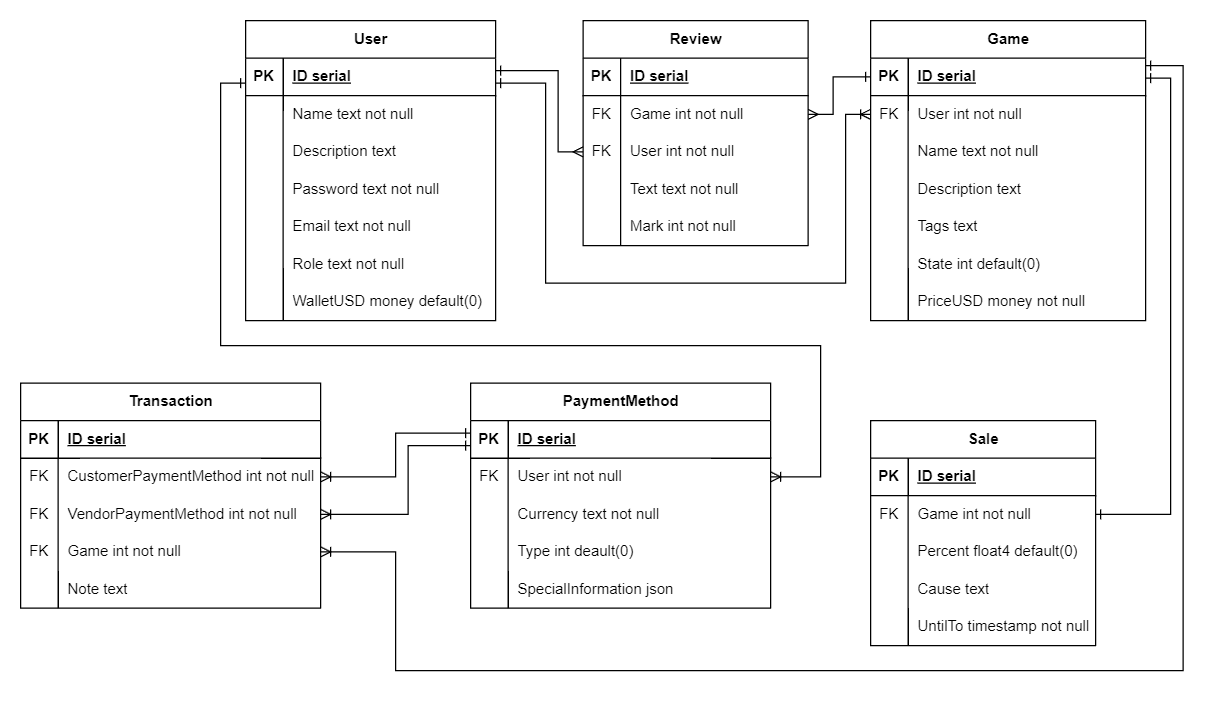
Above: BD_UML.drawio.png in DioMain/Node.js-Cursovoi (draw.io), before the change. Source tidied: cells renumbered, new cells last; positions are measured from the earlier drawing's top-left corner, leaving out a move shared by most shapes.
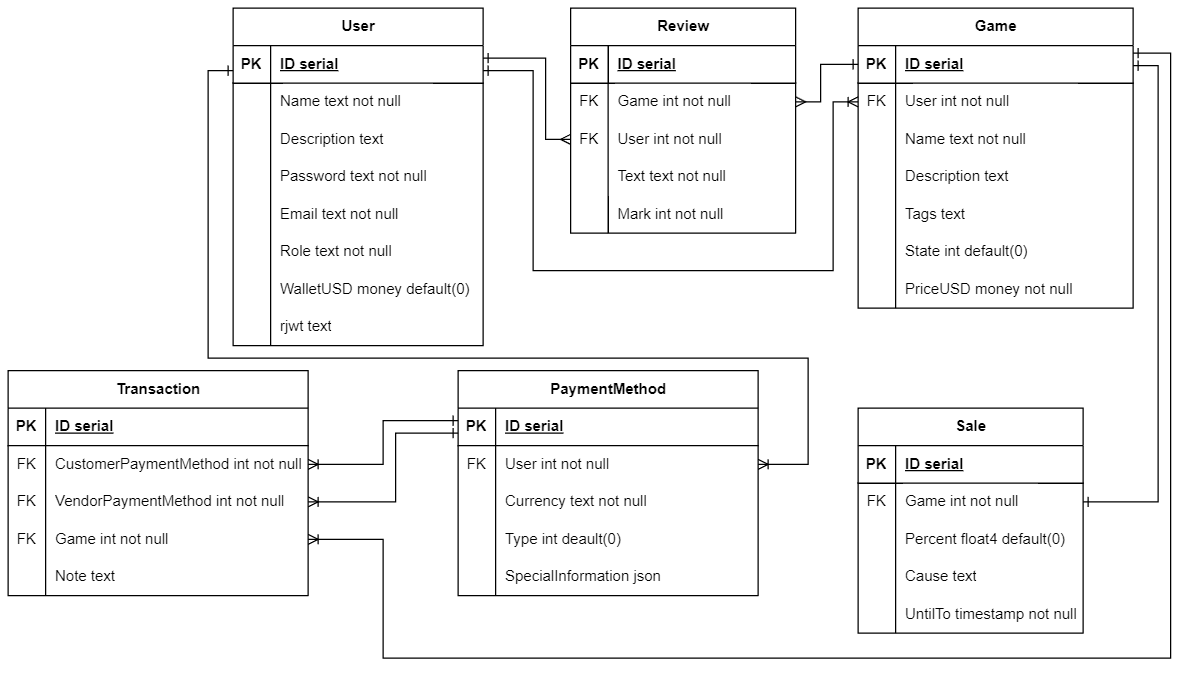
After the commit.

Diff of the diagram source:
```diff
@@ -3,7 +3,7 @@
     <mxCell id="0" />
     <mxCell id="1" parent="0" />
     <mxCell id="2" value="User" style="shape=table;startSize=30;rowLines=0;fontStyle=1;align=center;html=1;" parent="1" vertex="1">
-      <mxGeometry x="180" width="200" height="240" as="geometry" />
+      <mxGeometry x="180" width="200" height="270" as="geometry" />
     </mxCell>
     <mxCell id="3" style="shape=tableRow;horizontal=0;startSize=0;swimlaneHead=0;swimlaneBody=0;fillColor=none;points=[[0,0.5],[1,0.5]];portConstraint=eastwest;top=0;left=0;right=0;bottom=1;" parent="2" vertex="1">
       <mxGeometry y="30" width="200" height="30" as="geometry" />
@@ -68,6 +68,15 @@
     <mxCell id="23" value="WalletUSD money default(0)" style="shape=partialRectangle;fillColor=none;top=0;left=0;bottom=0;right=0;align=left;spacingLeft=6;overflow=hidden;whiteSpace=wrap;html=1;" parent="21" vertex="1">
       <mxGeometry x="30" width="170" height="30" as="geometry" />
     </mxCell>
+    <mxCell id="118" style="shape=tableRow;horizontal=0;startSize=0;swimlaneHead=0;swimlaneBody=0;fillColor=none;top=0;left=0;right=0;bottom=0;" parent="2" vertex="1">
+      <mxGeometry y="240" width="200" height="30" as="geometry" />
+    </mxCell>
+    <mxCell id="119" style="shape=partialRectangle;fillColor=none;top=0;left=0;bottom=0;right=0;overflow=hidden;whiteSpace=wrap;html=1;" parent="118" vertex="1">
+      <mxGeometry width="30" height="30" as="geometry" />
+    </mxCell>
+    <mxCell id="120" value="rjwt text" style="shape=partialRectangle;fillColor=none;top=0;left=0;bottom=0;right=0;align=left;spacingLeft=6;overflow=hidden;whiteSpace=wrap;html=1;" parent="118" vertex="1">
+      <mxGeometry x="30" width="170" height="30" as="geometry" />
+    </mxCell>
     <mxCell id="24" value="Game" style="shape=table;startSize=30;rowLines=0;fontStyle=1;align=center;html=1;" parent="1" vertex="1">
       <mxGeometry x="680" width="220" height="240" as="geometry" />
     </mxCell>
@@ -290,8 +299,8 @@
       <mxGeometry relative="1" as="geometry">
         <Array as="points">
           <mxPoint x="160" y="50" />
-          <mxPoint x="160" y="260" />
-          <mxPoint x="640" y="260" />
+          <mxPoint x="160" y="280" />
+          <mxPoint x="640" y="280" />
           <mxPoint x="640" y="365" />
         </Array>
       </mxGeometry>
```
